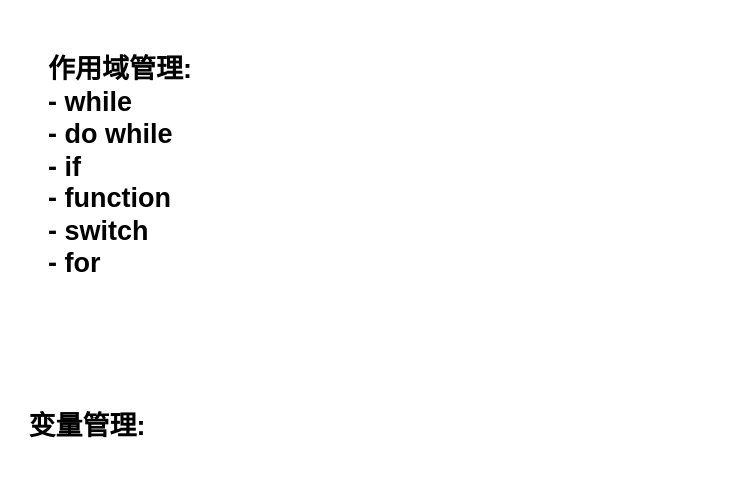
Above: page "表格管理" (3 of 5) of calgo.drawio in jujubos/drawio (draw.io), before the change. Source tidied: cells renumbered, new cells numbered last; positions are measured from the earlier drawing's top-left corner, leaving out a move shared by most shapes. Both pictures are drawn from the tidied source at 150%, with x=0, y=0 at pixel (26, 26).
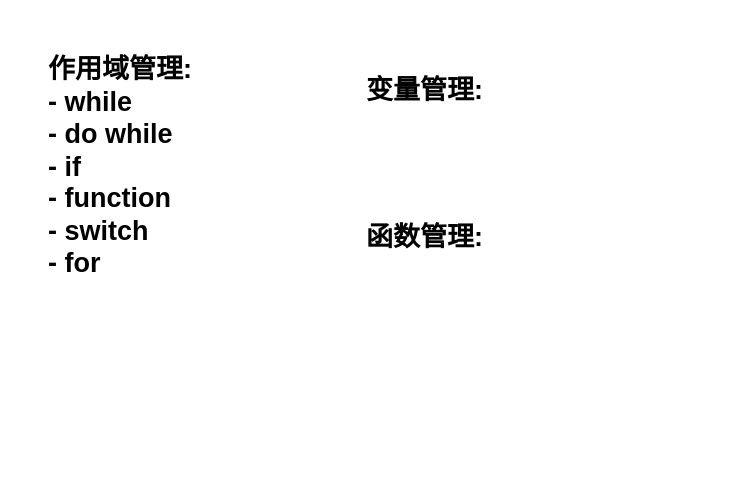
Above is the later version.

What changed in the source:
```diff
@@
 <mxGraphModel>
   <root>
     <mxCell id="0" />
     <mxCell id="1" parent="0" />
     <mxCell id="2" value="作用域管理:&lt;br&gt;- while&lt;br&gt;- do while&lt;br&gt;- if&lt;br&gt;- function&lt;br&gt;- switch&lt;br&gt;- for" style="text;strokeColor=none;fillColor=none;html=1;align=left;verticalAlign=middle;whiteSpace=wrap;rounded=1;fontSize=18;fontStyle=1;" parent="1" vertex="1">
       <mxGeometry x="13" width="331" height="188" as="geometry" />
     </mxCell>
     <mxCell id="3" value="变量管理:&lt;br&gt;" style="text;strokeColor=none;fillColor=none;html=1;align=left;verticalAlign=middle;whiteSpace=wrap;rounded=1;fontSize=18;fontStyle=1;" parent="1" vertex="1">
-      <mxGeometry y="235" width="227" height="64" as="geometry" />
+      <mxGeometry x="225" y="11" width="227" height="64" as="geometry" />
     </mxCell>
+    <mxCell id="4" value="函数管理:" style="text;strokeColor=none;fillColor=none;html=1;align=left;verticalAlign=middle;whiteSpace=wrap;rounded=1;fontSize=18;fontStyle=1;" parent="1" vertex="1">
+      <mxGeometry x="225" y="109" width="227" height="64" as="geometry" />
+    </mxCell>
   </root>
 </mxGraphModel>
```
